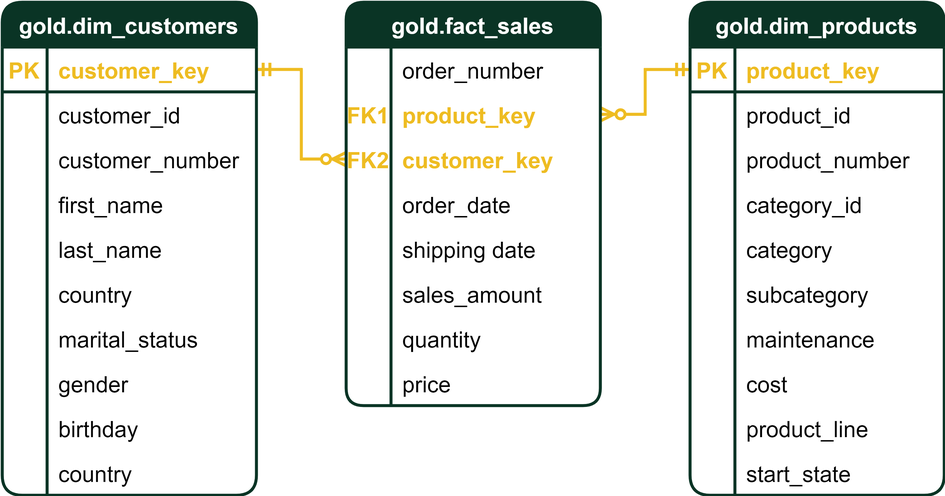
This is docs/data_warehouse/data_model.png from mmashoto/sql_data_warehouse_project, a draw.io export, as it was before one commit. Source tidied: cells renumbered, new cells last; positions are measured from the earlier drawing's top-left corner, leaving out a move shared by most shapes.
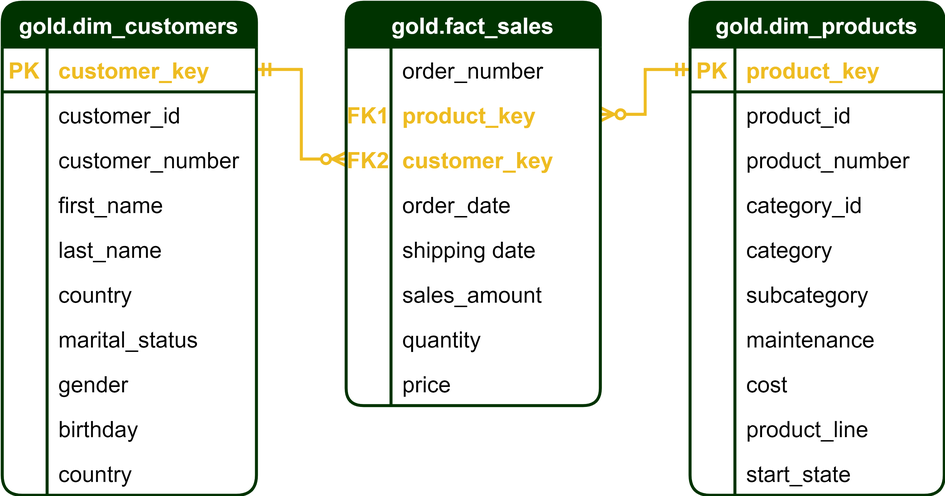
The same diagram one commit later.

What changed in the source:
```diff
@@ -8,10 +8,10 @@
     <mxCell id="3" style="edgeStyle=entityRelationEdgeStyle;fontSize=12;html=1;endArrow=ERzeroToMany;startArrow=ERmandOne;rounded=0;strokeColor=#EEBC22;exitX=0;exitY=0.5;exitDx=0;exitDy=0;strokeWidth=2;" parent="1" edge="1" source="61" target="39">
       <mxGeometry relative="1" as="geometry" />
     </mxCell>
-    <mxCell id="4" value="gold.dim_customers" style="shape=table;startSize=30;rowLines=0;fontStyle=1;align=center;fontSize=15;rounded=1;fillColor=#0A3425;strokeColor=#0A3425;fontColor=#FFFFFF;strokeWidth=2;swimlaneFillColor=default;" parent="1" vertex="1">
+    <mxCell id="4" value="gold.dim_customers" style="shape=table;startSize=30;rowLines=0;fontStyle=1;align=center;fontSize=15;rounded=1;fillColor=#003300;strokeColor=#003300;fontColor=#FFFFFF;strokeWidth=2;swimlaneFillColor=none;" parent="1" vertex="1">
       <mxGeometry width="170" height="330" as="geometry" />
     </mxCell>
-    <mxCell id="5" style="shape=partialRectangle;fillColor=none;top=0;left=0;bottom=1;right=0;points=[[0,0.5],[1,0.5]];portConstraint=eastwest;fontSize=15;strokeWidth=2;strokeColor=#0A3425;" parent="4" vertex="1">
+    <mxCell id="5" style="shape=partialRectangle;fillColor=none;top=0;left=0;bottom=1;right=0;points=[[0,0.5],[1,0.5]];portConstraint=eastwest;fontSize=15;strokeWidth=2;strokeColor=#003300;" parent="4" vertex="1">
       <mxGeometry y="30" width="170" height="30" as="geometry" />
     </mxCell>
     <mxCell id="6" value="PK" style="shape=partialRectangle;fillColor=none;top=0;left=0;bottom=0;right=0;fontStyle=1;overflow=hidden;fontSize=15;fontColor=#EEBC22;" parent="5" vertex="1">
@@ -20,7 +20,7 @@
     <mxCell id="7" value="customer_key" style="shape=partialRectangle;fillColor=none;top=0;left=0;bottom=0;right=0;align=left;spacingLeft=6;fontStyle=1;overflow=hidden;fontSize=15;fontColor=#EEBC22;strokeColor=#0A3425;" parent="5" vertex="1">
       <mxGeometry x="30" width="140" height="30" as="geometry" />
     </mxCell>
-    <mxCell id="8" style="shape=partialRectangle;fillColor=none;top=0;left=0;bottom=0;right=0;fontSize=15;" parent="4" vertex="1">
+    <mxCell id="8" style="shape=partialRectangle;fillColor=none;top=0;left=0;bottom=0;right=0;fontSize=15;strokeColor=#003300;" parent="4" vertex="1">
       <mxGeometry y="60" width="170" height="30" as="geometry" />
     </mxCell>
     <mxCell id="9" style="shape=partialRectangle;fillColor=none;top=0;left=0;bottom=0;right=0;overflow=hidden;fontSize=15;" parent="8" vertex="1">
@@ -101,7 +101,7 @@
     <mxCell id="34" value="country" style="shape=partialRectangle;fillColor=none;top=0;left=0;bottom=0;right=0;align=left;spacingLeft=6;overflow=hidden;fontSize=15;" parent="32" vertex="1">
       <mxGeometry x="30" width="140" height="30" as="geometry" />
     </mxCell>
-    <mxCell id="35" value="gold.fact_sales" style="shape=table;startSize=30;rowLines=0;fontStyle=1;align=center;fontSize=15;rounded=1;fillColor=#0A3425;strokeColor=#0A3425;arcSize=13;fontColor=#FFFFFF;strokeWidth=2;" parent="1" vertex="1">
+    <mxCell id="35" value="gold.fact_sales" style="shape=table;startSize=30;rowLines=0;fontStyle=1;align=center;fontSize=15;rounded=1;fillColor=#003300;strokeColor=#003300;arcSize=13;fontColor=#FFFFFF;strokeWidth=2;" parent="1" vertex="1">
       <mxGeometry x="230" width="170" height="270" as="geometry" />
     </mxCell>
     <mxCell id="36" style="shape=partialRectangle;fillColor=none;top=0;left=0;bottom=0;right=0;fontSize=15;" parent="35" vertex="1">
@@ -110,7 +110,7 @@
     <mxCell id="37" style="shape=partialRectangle;fillColor=none;top=0;left=0;bottom=0;right=0;overflow=hidden;fontSize=15;" parent="36" vertex="1">
       <mxGeometry width="30" height="30" as="geometry" />
     </mxCell>
-    <mxCell id="38" value="order_number" style="shape=partialRectangle;fillColor=none;top=0;left=0;bottom=0;right=0;align=left;spacingLeft=6;overflow=hidden;fontSize=15;labelBackgroundColor=default;" parent="36" vertex="1">
+    <mxCell id="38" value="order_number" style="shape=partialRectangle;fillColor=none;top=0;left=0;bottom=0;right=0;align=left;spacingLeft=6;overflow=hidden;fontSize=15;labelBackgroundColor=none;" parent="36" vertex="1">
       <mxGeometry x="30" width="140" height="30" as="geometry" />
     </mxCell>
     <mxCell id="39" style="shape=partialRectangle;fillColor=none;top=0;left=0;bottom=0;right=0;points=[[0,0.5],[1,0.5]];portConstraint=eastwest;fontSize=15;" parent="35" vertex="1">
@@ -176,10 +176,10 @@
     <mxCell id="59" value="price" style="shape=partialRectangle;fillColor=none;top=0;left=0;bottom=0;right=0;align=left;spacingLeft=6;overflow=hidden;fontSize=15;" parent="57" vertex="1">
       <mxGeometry x="30" width="140" height="30" as="geometry" />
     </mxCell>
-    <mxCell id="60" value="gold.dim_products" style="shape=table;startSize=30;rowLines=0;fontStyle=1;align=center;fontSize=15;rounded=1;fillColor=#0A3425;strokeColor=#0A3425;fontColor=#FFFFFF;strokeWidth=2;" parent="1" vertex="1">
+    <mxCell id="60" value="gold.dim_products" style="shape=table;startSize=30;rowLines=0;fontStyle=1;align=center;fontSize=15;rounded=1;fillColor=#003300;strokeColor=#003300;fontColor=#FFFFFF;strokeWidth=2;" parent="1" vertex="1">
       <mxGeometry x="460" width="170" height="330" as="geometry" />
     </mxCell>
-    <mxCell id="61" style="shape=partialRectangle;fillColor=none;top=0;left=0;bottom=1;right=0;points=[[0,0.5],[1,0.5]];portConstraint=eastwest;fontSize=15;strokeWidth=2;strokeColor=#0A3425;" parent="60" vertex="1">
+    <mxCell id="61" style="shape=partialRectangle;fillColor=none;top=0;left=0;bottom=1;right=0;points=[[0,0.5],[1,0.5]];portConstraint=eastwest;fontSize=15;strokeWidth=2;strokeColor=#003300;" parent="60" vertex="1">
       <mxGeometry y="30" width="170" height="30" as="geometry" />
     </mxCell>
     <mxCell id="62" value="PK" style="shape=partialRectangle;fillColor=none;top=0;left=0;bottom=0;right=0;fontStyle=1;overflow=hidden;fontSize=15;fontColor=#EEBC22;strokeWidth=2;" parent="61" vertex="1">
@@ -194,7 +194,7 @@
     <mxCell id="65" style="shape=partialRectangle;fillColor=none;top=0;left=0;bottom=0;right=0;overflow=hidden;fontSize=15;" parent="64" vertex="1">
       <mxGeometry width="30" height="30" as="geometry" />
     </mxCell>
-    <mxCell id="66" value="product_id" style="shape=partialRectangle;fillColor=none;top=0;left=0;bottom=0;right=0;align=left;spacingLeft=6;overflow=hidden;fontSize=15;" parent="64" vertex="1">
+    <mxCell id="66" value="product_id" style="shape=partialRectangle;fillColor=none;top=0;left=0;bottom=0;right=0;align=left;spacingLeft=6;overflow=hidden;fontSize=15;strokeColor=#003300;" parent="64" vertex="1">
       <mxGeometry x="30" width="140" height="30" as="geometry" />
     </mxCell>
     <mxCell id="67" style="shape=partialRectangle;fillColor=none;top=0;left=0;bottom=0;right=0;fontSize=15;" parent="60" vertex="1">
```
